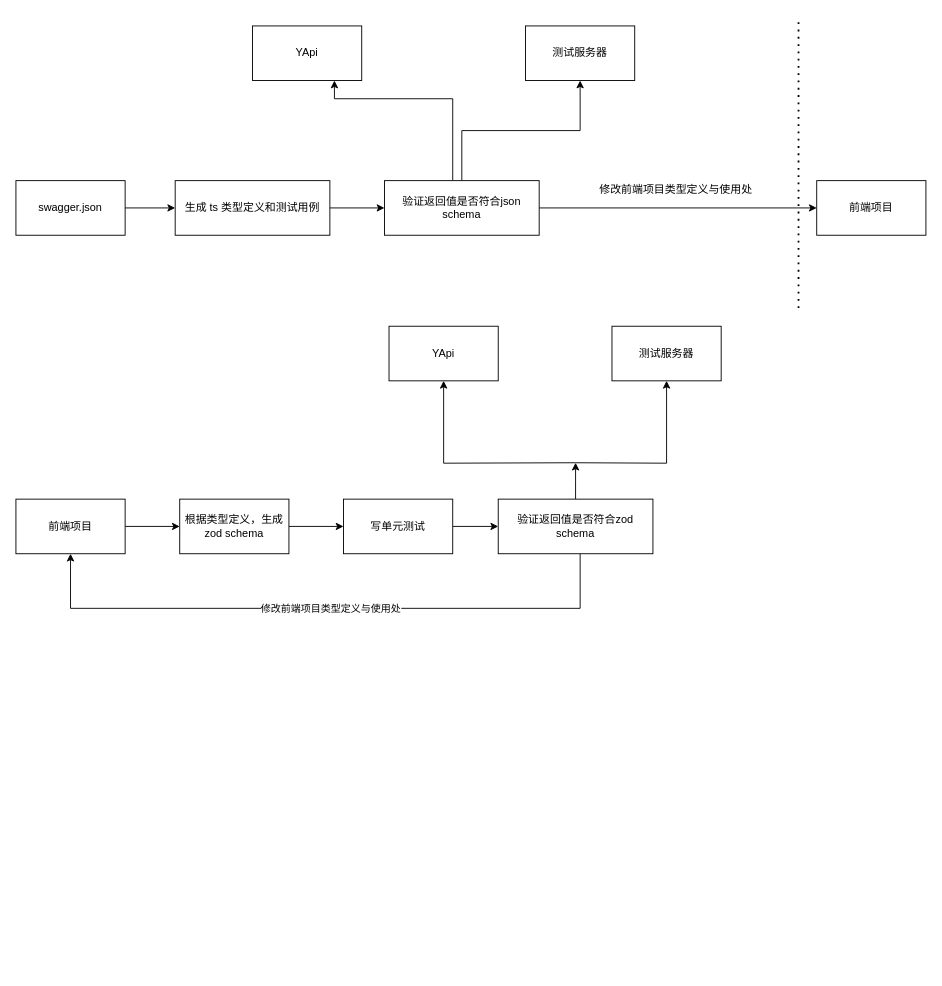
Before: swagger-ajv.drawio in KevinBrother/draw, a draw.io diagram. Source tidied: cells renumbered, new cells numbered last; positions are measured from the earlier drawing's top-left corner, leaving out a move shared by most shapes. Both pictures are drawn from the tidied source at 91%, with x=0, y=0 at pixel (15, 16).
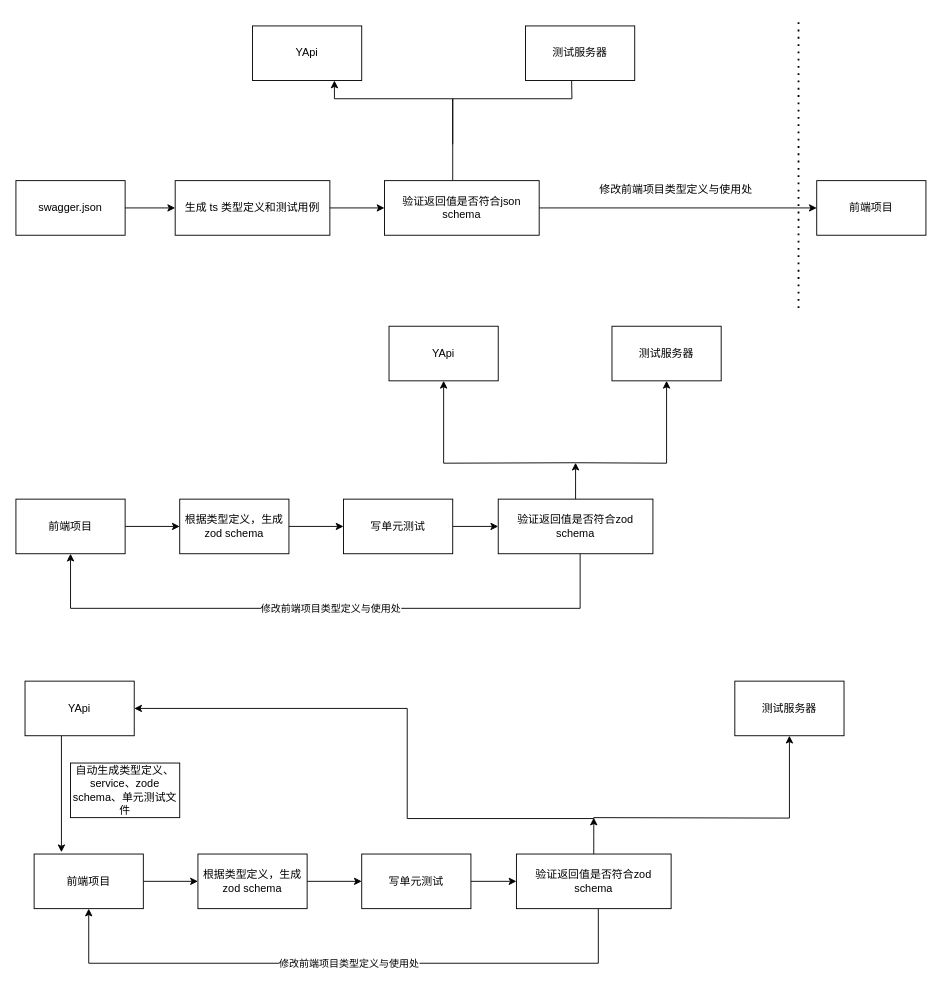
After the change.

The change refers to these unchanged cells:
```xml
<mxCell id="6" value="验证返回值是否符合json schema" style="rounded=0;whiteSpace=wrap;html=1;" parent="1" vertex="1">
  <mxGeometry x="405" y="180" width="170" height="60" as="geometry" />
</mxCell>
<mxCell id="7" value="测试服务器" style="rounded=0;whiteSpace=wrap;html=1;" parent="1" vertex="1">
  <mxGeometry x="560" y="10" width="120" height="60" as="geometry" />
</mxCell>
```

Change to the diagram source:
```diff
@@
-    <mxCell id="5" style="edgeStyle=orthogonalEdgeStyle;rounded=0;jettySize=auto;html=1;entryX=0.5;entryY=1;entryDx=0;entryDy=0;" parent="1" edge="1" source="6" target="7">
-      <mxGeometry relative="1" as="geometry" />
+    <mxCell id="5" style="edgeStyle=orthogonalEdgeStyle;rounded=0;orthogonalLoop=1;jettySize=auto;html=1;entryX=0.5;entryY=1;entryDx=0;entryDy=0;" parent="1" edge="1">
+      <mxGeometry relative="1" as="geometry">
+        <mxPoint x="480" y="140" as="sourcePoint" />
+        <mxPoint x="610" y="30" as="targetPoint" />
+        <Array as="points">
+          <mxPoint x="480" y="90" />
+          <mxPoint x="611" y="90" />
+        </Array>
+      </mxGeometry>
     </mxCell>
@@
+    <mxCell id="29" style="edgeStyle=orthogonalEdgeStyle;rounded=0;jettySize=auto;html=1;" parent="1" edge="1" source="30">
+      <mxGeometry relative="1" as="geometry">
+        <mxPoint x="50" y="918" as="targetPoint" />
+        <Array as="points">
+          <mxPoint x="50" y="918" />
+        </Array>
+      </mxGeometry>
+    </mxCell>
+    <mxCell id="30" value="YApi" style="rounded=0;whiteSpace=wrap;html=1;" parent="1" vertex="1">
+      <mxGeometry x="10" y="730" width="120" height="60" as="geometry" />
+    </mxCell>
+    <mxCell id="31" style="edgeStyle=orthogonalEdgeStyle;rounded=0;jettySize=auto;html=1;entryX=1;entryY=0.5;entryDx=0;entryDy=0;" parent="1" edge="1" target="30">
+      <mxGeometry relative="1" as="geometry">
+        <mxPoint x="635" y="880" as="sourcePoint" />
+        <Array as="points">
+          <mxPoint x="635" y="881" />
+          <mxPoint x="430" y="881" />
+          <mxPoint x="430" y="760" />
+        </Array>
+      </mxGeometry>
+    </mxCell>
+    <mxCell id="32" style="edgeStyle=orthogonalEdgeStyle;rounded=0;jettySize=auto;html=1;entryX=0.5;entryY=1;entryDx=0;entryDy=0;" parent="1" edge="1" target="33">
+      <mxGeometry relative="1" as="geometry">
+        <mxPoint x="635" y="880" as="sourcePoint" />
+      </mxGeometry>
+    </mxCell>
+    <mxCell id="33" value="测试服务器" style="rounded=0;whiteSpace=wrap;html=1;" parent="1" vertex="1">
+      <mxGeometry x="790" y="730" width="120" height="60" as="geometry" />
+    </mxCell>
+    <mxCell id="34" style="edgeStyle=orthogonalEdgeStyle;rounded=0;jettySize=auto;html=1;" parent="1" edge="1" source="35" target="37">
+      <mxGeometry relative="1" as="geometry" />
+    </mxCell>
+    <mxCell id="35" value="前端项目" style="rounded=0;whiteSpace=wrap;html=1;" parent="1" vertex="1">
+      <mxGeometry x="20" y="920" width="120" height="60" as="geometry" />
+    </mxCell>
+    <mxCell id="36" style="edgeStyle=orthogonalEdgeStyle;rounded=0;jettySize=auto;html=1;" parent="1" edge="1" source="37" target="39">
+      <mxGeometry relative="1" as="geometry" />
+    </mxCell>
+    <mxCell id="37" value="根据类型定义，生成zod schema" style="rounded=0;whiteSpace=wrap;html=1;" parent="1" vertex="1">
+      <mxGeometry x="200" y="920" width="120" height="60" as="geometry" />
+    </mxCell>
+    <mxCell id="38" style="edgeStyle=orthogonalEdgeStyle;rounded=0;jettySize=auto;html=1;" parent="1" edge="1" source="39" target="43">
+      <mxGeometry relative="1" as="geometry" />
+    </mxCell>
+    <mxCell id="39" value="写单元测试" style="rounded=0;whiteSpace=wrap;html=1;" parent="1" vertex="1">
+      <mxGeometry x="380" y="920" width="120" height="60" as="geometry" />
+    </mxCell>
+    <mxCell id="40" style="edgeStyle=orthogonalEdgeStyle;rounded=0;jettySize=auto;html=1;exitX=0.5;exitY=0;exitDx=0;exitDy=0;" parent="1" edge="1" source="43">
+      <mxGeometry relative="1" as="geometry">
+        <mxPoint x="635" y="880" as="targetPoint" />
+      </mxGeometry>
+    </mxCell>
+    <mxCell id="41" style="edgeStyle=orthogonalEdgeStyle;rounded=0;jettySize=auto;html=1;entryX=0.5;entryY=1;entryDx=0;entryDy=0;" parent="1" edge="1" source="43" target="35">
+      <mxGeometry relative="1" as="geometry">
+        <Array as="points">
+          <mxPoint x="640" y="1040" />
+          <mxPoint x="80" y="1040" />
+        </Array>
+      </mxGeometry>
+    </mxCell>
+    <mxCell id="42" value="修改前端项目类型定义与使用处" style="edgeLabel;html=1;align=center;verticalAlign=middle;" parent="41" vertex="1">
+      <mxGeometry x="-0.16" y="1" relative="1" as="geometry">
+        <mxPoint x="-49" y="-1" as="offset" />
+      </mxGeometry>
+    </mxCell>
+    <mxCell id="43" value="验证返回值是否符合zod schema" style="rounded=0;whiteSpace=wrap;html=1;" parent="1" vertex="1">
+      <mxGeometry x="550" y="920" width="170" height="60" as="geometry" />
+    </mxCell>
+    <mxCell id="44" value="自动生成类型定义、service、zode schema、单元测试文件" style="rounded=0;whiteSpace=wrap;html=1;" parent="1" vertex="1">
+      <mxGeometry x="60" y="820" width="120" height="60" as="geometry" />
+    </mxCell>
```
